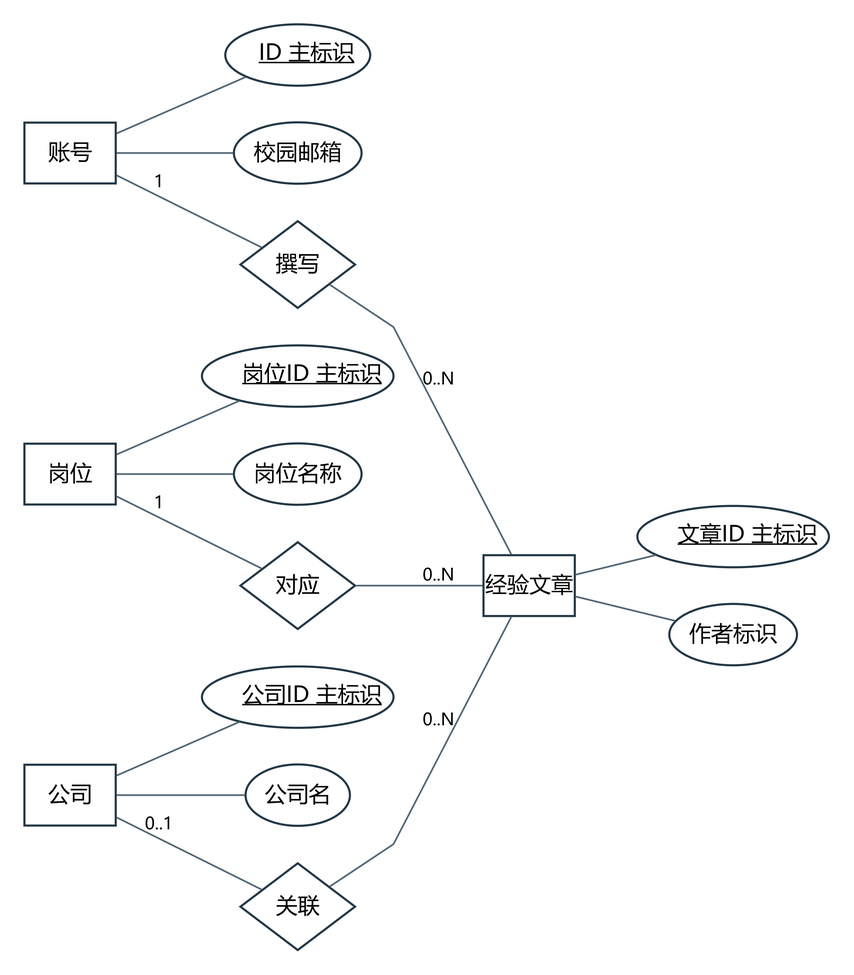
Above: docs/project/models/图表与模型/ER02A.png in jason-bitc/HZCU-CampusHub (Graphviz), before the change. Its source is kept beside it as docs/project/models/图表与模型/ER02A.dot. The source it was exported from:
```dot
digraph G {
graph [rankdir=LR,nodesep=0.30,ranksep=0.48,bgcolor="white",splines=polyline,pad=0.20];
node [fontname="Microsoft YaHei",fontsize=13,color="#223846",penwidth=1.25,margin="0.10,0.07",style="rounded,filled",fillcolor="#F6F8FA"];
edge [fontname="Microsoft YaHei",fontsize=10,color="#526775",arrowsize=0.7];
"Account" [shape=box,label="账号",style="filled",fillcolor="white"];
"Article" [shape=box,label="经验文章",style="filled",fillcolor="white"];
"Job" [shape=box,label="岗位",style="filled",fillcolor="white"];
"Company" [shape=box,label="公司",style="filled",fillcolor="white"];
"Account_a0" [shape=ellipse,label=<<U>ID 主标识</U>>,style="filled",fillcolor="white"];
"Account_a1" [shape=ellipse,label="校园邮箱",style="filled",fillcolor="white"];
"Article_a0" [shape=ellipse,label=<<U>文章ID 主标识</U>>,style="filled",fillcolor="white"];
"Article_a1" [shape=ellipse,label="作者标识",style="filled",fillcolor="white"];
"Job_a0" [shape=ellipse,label=<<U>岗位ID 主标识</U>>,style="filled",fillcolor="white"];
"Job_a1" [shape=ellipse,label="岗位名称",style="filled",fillcolor="white"];
"Company_a0" [shape=ellipse,label=<<U>公司ID 主标识</U>>,style="filled",fillcolor="white"];
"Company_a1" [shape=ellipse,label="公司名",style="filled",fillcolor="white"];
"rel3" [shape=diamond,label="撰写",style="filled",fillcolor="white"];
"rel5" [shape=diamond,label="对应",style="filled",fillcolor="white"];
"rel6" [shape=diamond,label="关联",style="filled",fillcolor="white"];
"Account" -> "Account_a0" [label="",dir=none];
"Account" -> "Account_a1" [label="",dir=none];
"Article" -> "Article_a0" [label="",dir=none];
"Article" -> "Article_a1" [label="",dir=none];
"Job" -> "Job_a0" [label="",dir=none];
"Job" -> "Job_a1" [label="",dir=none];
"Company" -> "Company_a0" [label="",dir=none];
"Company" -> "Company_a1" [label="",dir=none];
"Account" -> "rel3" [label="1",dir=none];
"rel3" -> "Article" [label="0..N",dir=none];
"Job" -> "rel5" [label="1",dir=none];
"rel5" -> "Article" [label="0..N",dir=none];
"Company" -> "rel6" [label="0..1",dir=none];
"rel6" -> "Article" [label="0..N",dir=none];
}
```
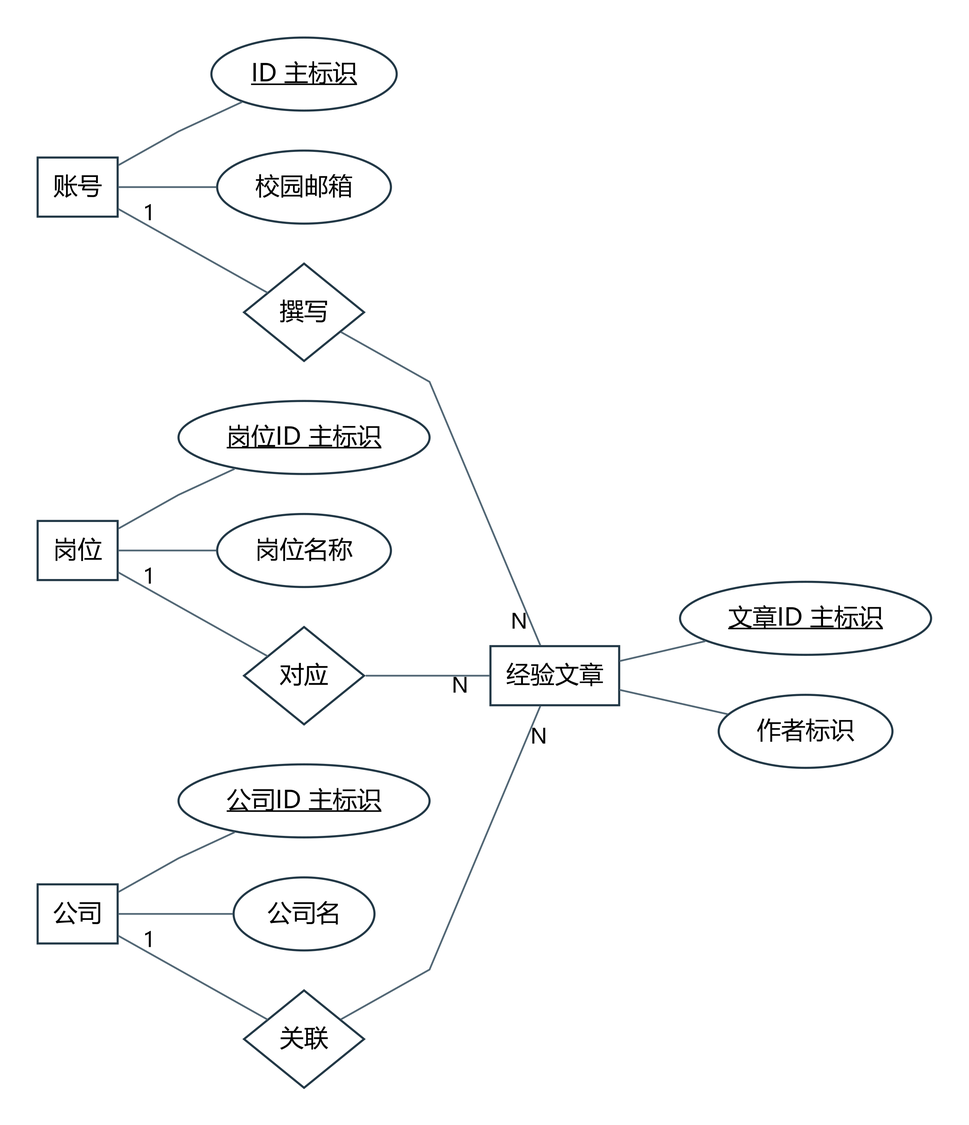
The same diagram one commit later.

Diff of the diagram source:
```diff
@@ -1,34 +1,34 @@
 digraph G {
-graph [rankdir=LR,nodesep=0.30,ranksep=0.48,bgcolor="white",splines=polyline,pad=0.20];
-node [fontname="Microsoft YaHei",fontsize=13,color="#223846",penwidth=1.25,margin="0.10,0.07",style="rounded,filled",fillcolor="#F6F8FA"];
-edge [fontname="Microsoft YaHei",fontsize=10,color="#526775",arrowsize=0.7];
-"Account" [shape=box,label="账号",style="filled",fillcolor="white"];
-"Article" [shape=box,label="经验文章",style="filled",fillcolor="white"];
-"Job" [shape=box,label="岗位",style="filled",fillcolor="white"];
-"Company" [shape=box,label="公司",style="filled",fillcolor="white"];
-"Account_a0" [shape=ellipse,label=<<U>ID 主标识</U>>,style="filled",fillcolor="white"];
-"Account_a1" [shape=ellipse,label="校园邮箱",style="filled",fillcolor="white"];
-"Article_a0" [shape=ellipse,label=<<U>文章ID 主标识</U>>,style="filled",fillcolor="white"];
-"Article_a1" [shape=ellipse,label="作者标识",style="filled",fillcolor="white"];
-"Job_a0" [shape=ellipse,label=<<U>岗位ID 主标识</U>>,style="filled",fillcolor="white"];
-"Job_a1" [shape=ellipse,label="岗位名称",style="filled",fillcolor="white"];
-"Company_a0" [shape=ellipse,label=<<U>公司ID 主标识</U>>,style="filled",fillcolor="white"];
-"Company_a1" [shape=ellipse,label="公司名",style="filled",fillcolor="white"];
-"rel3" [shape=diamond,label="撰写",style="filled",fillcolor="white"];
-"rel5" [shape=diamond,label="对应",style="filled",fillcolor="white"];
-"rel6" [shape=diamond,label="关联",style="filled",fillcolor="white"];
-"Account" -> "Account_a0" [label="",dir=none];
-"Account" -> "Account_a1" [label="",dir=none];
-"Article" -> "Article_a0" [label="",dir=none];
-"Article" -> "Article_a1" [label="",dir=none];
-"Job" -> "Job_a0" [label="",dir=none];
-"Job" -> "Job_a1" [label="",dir=none];
-"Company" -> "Company_a0" [label="",dir=none];
-"Company" -> "Company_a1" [label="",dir=none];
-"Account" -> "rel3" [label="1",dir=none];
-"rel3" -> "Article" [label="0..N",dir=none];
-"Job" -> "rel5" [label="1",dir=none];
-"rel5" -> "Article" [label="0..N",dir=none];
-"Company" -> "rel6" [label="0..1",dir=none];
-"rel6" -> "Article" [label="0..N",dir=none];
+graph [rankdir=LR,nodesep=0.32,ranksep=0.48,bgcolor="white",splines=polyline,pad=0.30];
+node [fontname="Microsoft YaHei",fontsize=14,color="#223846",penwidth=1.2,margin="0.10,0.08",style="filled",fillcolor="white"];
+edge [fontname="Microsoft YaHei",fontsize=12,color="#526775",dir=none];
+"Account" [shape=box,label="账号",width=0.6389,height=0.4722];
+"Article" [shape=box,label="经验文章",width=1.0278,height=0.4722];
+"Job" [shape=box,label="岗位",width=0.6389,height=0.4722];
+"Company" [shape=box,label="公司",width=0.6389,height=0.4722];
+"Account_a0" [shape=ellipse,label="ID 主标识",width=1.4794,height=0.5833];
+"Account_a1" [shape=ellipse,label="校园邮箱",width=1.3875,height=0.5833];
+"Article_a0" [shape=ellipse,label="文章ID 主标识",width=2.0044,height=0.5833];
+"Article_a1" [shape=ellipse,label="作者标识",width=1.3875,height=0.5833];
+"Job_a0" [shape=ellipse,label="岗位ID 主标识",width=2.0044,height=0.5833];
+"Job_a1" [shape=ellipse,label="岗位名称",width=1.3875,height=0.5833];
+"Company_a0" [shape=ellipse,label="公司ID 主标识",width=2.0044,height=0.5833];
+"Company_a1" [shape=ellipse,label="公司名",width=1.1250,height=0.5833];
+"rel3" [shape=diamond,label="撰写",width=0.9583,height=0.7778];
+"rel5" [shape=diamond,label="对应",width=0.9583,height=0.7778];
+"rel6" [shape=diamond,label="关联",width=0.9583,height=0.7778];
+"Account" -> "Account_a0" [label="",labeldistance=1.8,labelangle=20,dir=none];
+"Account" -> "Account_a1" [label="",labeldistance=1.8,labelangle=20,dir=none];
+"Article" -> "Article_a0" [label="",labeldistance=1.8,labelangle=20,dir=none];
+"Article" -> "Article_a1" [label="",labeldistance=1.8,labelangle=20,dir=none];
+"Job" -> "Job_a0" [label="",labeldistance=1.8,labelangle=20,dir=none];
+"Job" -> "Job_a1" [label="",labeldistance=1.8,labelangle=20,dir=none];
+"Company" -> "Company_a0" [label="",labeldistance=1.8,labelangle=20,dir=none];
+"Company" -> "Company_a1" [label="",labeldistance=1.8,labelangle=20,dir=none];
+"Account" -> "rel3" [taillabel="1",labeldistance=1.8,labelangle=20,dir=none];
+"rel3" -> "Article" [headlabel="N",labeldistance=1.8,labelangle=20,dir=none];
+"Job" -> "rel5" [taillabel="1",labeldistance=1.8,labelangle=20,dir=none];
+"rel5" -> "Article" [headlabel="N",labeldistance=1.8,labelangle=20,dir=none];
+"Company" -> "rel6" [taillabel="1",labeldistance=1.8,labelangle=20,dir=none];
+"rel6" -> "Article" [headlabel="N",labeldistance=1.8,labelangle=20,dir=none];
 }
```
